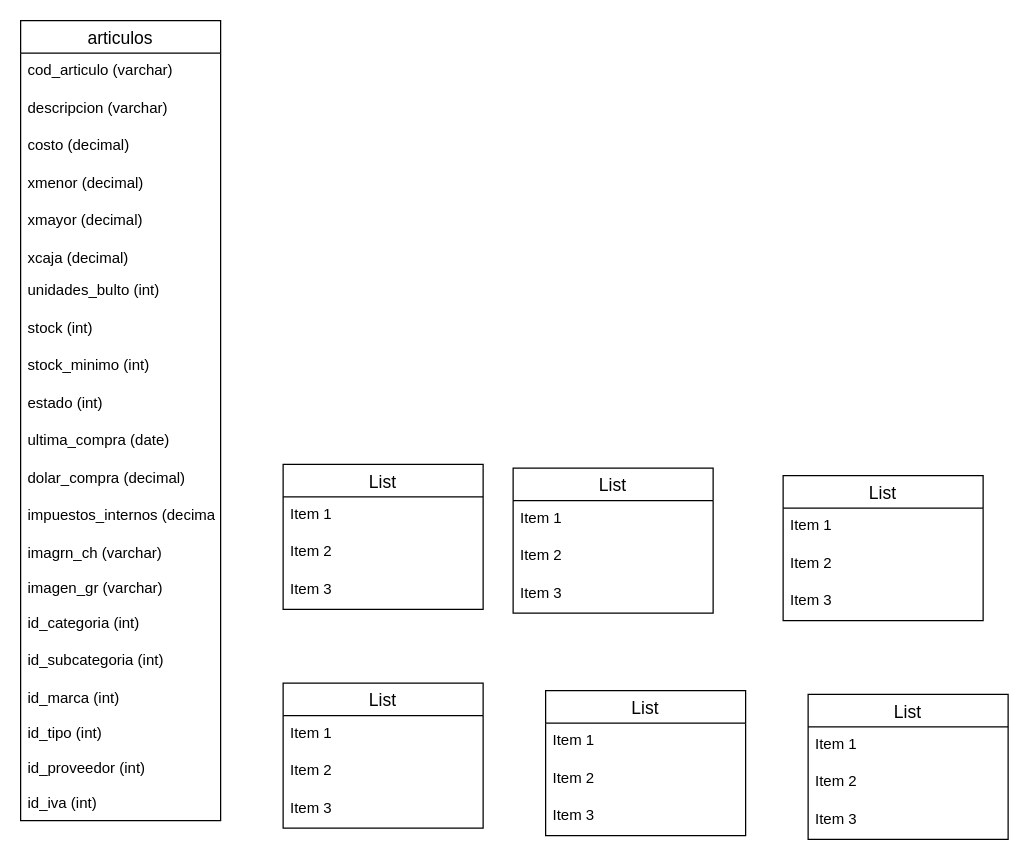
Before: BaseLocal.drawio in VeronicaMonzon/PHP, a draw.io diagram. Source tidied: cells renumbered, new cells numbered last; positions are measured from the earlier drawing's top-left corner, leaving out a move shared by most shapes. Both pictures are drawn from the tidied source at 125%, with x=0, y=0 at pixel (20, 20).
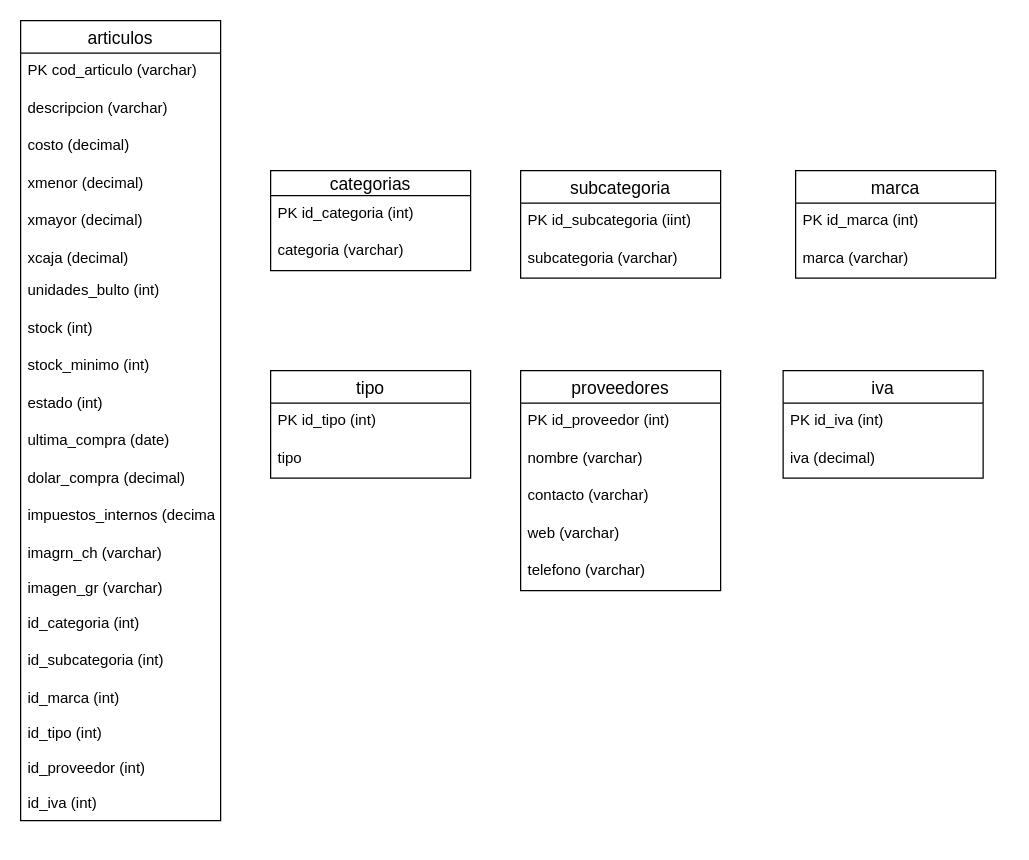
The same diagram, later.

Unchanged cells that the change refers to:
```xml
<mxCell id="2" value="articulos" style="swimlane;fontStyle=0;horizontal=1;startSize=26;align=center;fontSize=14;" parent="1" vertex="1">
  <mxGeometry width="160" height="640" as="geometry" />
</mxCell>
```

The edit, as a diff of the source:
```diff
@@
-    <mxCell id="3" value="cod_articulo (varchar)" style="text;strokeColor=none;fillColor=none;spacingLeft=4;spacingRight=4;overflow=hidden;fontSize=12;" parent="2" vertex="1">
+    <mxCell id="3" value="PK cod_articulo (varchar)" style="text;strokeColor=none;fillColor=none;spacingLeft=4;spacingRight=4;overflow=hidden;fontSize=12;" parent="2" vertex="1">
       <mxGeometry y="26" width="160" height="30" as="geometry" />
     </mxCell>
@@
-    <mxCell id="24" value="List" style="swimlane;fontStyle=0;horizontal=1;startSize=26;align=center;fontSize=14;" parent="1" vertex="1">
-      <mxGeometry x="210" y="355" width="160" height="116" as="geometry" />
+    <mxCell id="24" value="categorias" style="swimlane;fontStyle=0;horizontal=1;startSize=20;align=center;fontSize=14;" parent="1" vertex="1">
+      <mxGeometry x="200" y="120" width="160" height="80" as="geometry" />
     </mxCell>
-    <mxCell id="25" value="Item 1" style="text;strokeColor=none;fillColor=none;spacingLeft=4;spacingRight=4;overflow=hidden;fontSize=12;" parent="24" vertex="1">
-      <mxGeometry y="26" width="160" height="30" as="geometry" />
+    <mxCell id="25" value="PK id_categoria (int)" style="text;strokeColor=none;fillColor=none;spacingLeft=4;spacingRight=4;overflow=hidden;fontSize=12;" parent="24" vertex="1">
+      <mxGeometry y="20" width="160" height="30" as="geometry" />
     </mxCell>
-    <mxCell id="26" value="Item 2" style="text;strokeColor=none;fillColor=none;spacingLeft=4;spacingRight=4;overflow=hidden;fontSize=12;" parent="24" vertex="1">
-      <mxGeometry y="56" width="160" height="30" as="geometry" />
-    </mxCell>
-    <mxCell id="27" value="Item 3" style="text;strokeColor=none;fillColor=none;spacingLeft=4;spacingRight=4;overflow=hidden;fontSize=12;" parent="24" vertex="1">
-      <mxGeometry y="86" width="160" height="30" as="geometry" />
+    <mxCell id="27" value="categoria (varchar)" style="text;strokeColor=none;fillColor=none;spacingLeft=4;spacingRight=4;overflow=hidden;fontSize=12;" parent="24" vertex="1">
+      <mxGeometry y="50" width="160" height="30" as="geometry" />
     </mxCell>
-    <mxCell id="28" value="List" style="swimlane;fontStyle=0;horizontal=1;startSize=26;align=center;fontSize=14;" parent="1" vertex="1">
-      <mxGeometry x="394" y="358" width="160" height="116" as="geometry" />
+    <mxCell id="28" value="subcategoria" style="swimlane;fontStyle=0;horizontal=1;startSize=26;align=center;fontSize=14;" parent="1" vertex="1">
+      <mxGeometry x="400" y="120" width="160" height="86" as="geometry" />
     </mxCell>
-    <mxCell id="29" value="Item 1" style="text;strokeColor=none;fillColor=none;spacingLeft=4;spacingRight=4;overflow=hidden;fontSize=12;" parent="28" vertex="1">
-      <mxGeometry y="26" width="160" height="30" as="geometry" />
-    </mxCell>
-    <mxCell id="30" value="Item 2" style="text;strokeColor=none;fillColor=none;spacingLeft=4;spacingRight=4;overflow=hidden;fontSize=12;" parent="28" vertex="1">
-      <mxGeometry y="56" width="160" height="30" as="geometry" />
+    <mxCell id="30" value="PK id_subcategoria (iint)" style="text;strokeColor=none;fillColor=none;spacingLeft=4;spacingRight=4;overflow=hidden;fontSize=12;" parent="28" vertex="1">
+      <mxGeometry y="26" width="160" height="30" as="geometry" />
     </mxCell>
-    <mxCell id="31" value="Item 3" style="text;strokeColor=none;fillColor=none;spacingLeft=4;spacingRight=4;overflow=hidden;fontSize=12;" parent="28" vertex="1">
-      <mxGeometry y="86" width="160" height="30" as="geometry" />
+    <mxCell id="31" value="subcategoria (varchar)" style="text;strokeColor=none;fillColor=none;spacingLeft=4;spacingRight=4;overflow=hidden;fontSize=12;" parent="28" vertex="1">
+      <mxGeometry y="56" width="160" height="30" as="geometry" />
     </mxCell>
-    <mxCell id="32" value="List" style="swimlane;fontStyle=0;horizontal=1;startSize=26;align=center;fontSize=14;" parent="1" vertex="1">
-      <mxGeometry x="610" y="364" width="160" height="116" as="geometry" />
+    <mxCell id="32" value="marca" style="swimlane;fontStyle=0;horizontal=1;startSize=26;align=center;fontSize=14;" parent="1" vertex="1">
+      <mxGeometry x="620" y="120" width="160" height="86" as="geometry" />
     </mxCell>
-    <mxCell id="33" value="Item 1" style="text;strokeColor=none;fillColor=none;spacingLeft=4;spacingRight=4;overflow=hidden;fontSize=12;" parent="32" vertex="1">
+    <mxCell id="33" value="PK id_marca (int)" style="text;strokeColor=none;fillColor=none;spacingLeft=4;spacingRight=4;overflow=hidden;fontSize=12;" parent="32" vertex="1">
       <mxGeometry y="26" width="160" height="30" as="geometry" />
     </mxCell>
-    <mxCell id="34" value="Item 2" style="text;strokeColor=none;fillColor=none;spacingLeft=4;spacingRight=4;overflow=hidden;fontSize=12;" parent="32" vertex="1">
+    <mxCell id="34" value="marca (varchar)" style="text;strokeColor=none;fillColor=none;spacingLeft=4;spacingRight=4;overflow=hidden;fontSize=12;" parent="32" vertex="1">
       <mxGeometry y="56" width="160" height="30" as="geometry" />
     </mxCell>
-    <mxCell id="35" value="Item 3" style="text;strokeColor=none;fillColor=none;spacingLeft=4;spacingRight=4;overflow=hidden;fontSize=12;" parent="32" vertex="1">
-      <mxGeometry y="86" width="160" height="30" as="geometry" />
-    </mxCell>
-    <mxCell id="36" value="List" style="swimlane;fontStyle=0;horizontal=1;startSize=26;align=center;fontSize=14;" parent="1" vertex="1">
-      <mxGeometry x="210" y="530" width="160" height="116" as="geometry" />
+    <mxCell id="36" value="tipo" style="swimlane;fontStyle=0;horizontal=1;startSize=26;align=center;fontSize=14;" parent="1" vertex="1">
+      <mxGeometry x="200" y="280" width="160" height="86" as="geometry" />
     </mxCell>
-    <mxCell id="37" value="Item 1" style="text;strokeColor=none;fillColor=none;spacingLeft=4;spacingRight=4;overflow=hidden;fontSize=12;" parent="36" vertex="1">
-      <mxGeometry y="26" width="160" height="30" as="geometry" />
-    </mxCell>
-    <mxCell id="38" value="Item 2" style="text;strokeColor=none;fillColor=none;spacingLeft=4;spacingRight=4;overflow=hidden;fontSize=12;" parent="36" vertex="1">
-      <mxGeometry y="56" width="160" height="30" as="geometry" />
+    <mxCell id="38" value="PK id_tipo (int)" style="text;strokeColor=none;fillColor=none;spacingLeft=4;spacingRight=4;overflow=hidden;fontSize=12;" parent="36" vertex="1">
+      <mxGeometry y="26" width="160" height="30" as="geometry" />
     </mxCell>
-    <mxCell id="39" value="Item 3" style="text;strokeColor=none;fillColor=none;spacingLeft=4;spacingRight=4;overflow=hidden;fontSize=12;" parent="36" vertex="1">
-      <mxGeometry y="86" width="160" height="30" as="geometry" />
+    <mxCell id="39" value="tipo" style="text;strokeColor=none;fillColor=none;spacingLeft=4;spacingRight=4;overflow=hidden;fontSize=12;" parent="36" vertex="1">
+      <mxGeometry y="56" width="160" height="30" as="geometry" />
     </mxCell>
-    <mxCell id="40" value="List" style="swimlane;fontStyle=0;horizontal=1;startSize=26;align=center;fontSize=14;" parent="1" vertex="1">
-      <mxGeometry x="420" y="536" width="160" height="116" as="geometry" />
+    <mxCell id="40" value="proveedores" style="swimlane;fontStyle=0;horizontal=1;startSize=26;align=center;fontSize=14;" parent="1" vertex="1">
+      <mxGeometry x="400" y="280" width="160" height="176" as="geometry" />
     </mxCell>
-    <mxCell id="41" value="Item 1" style="text;strokeColor=none;fillColor=none;spacingLeft=4;spacingRight=4;overflow=hidden;fontSize=12;" parent="40" vertex="1">
+    <mxCell id="41" value="PK id_proveedor (int)" style="text;strokeColor=none;fillColor=none;spacingLeft=4;spacingRight=4;overflow=hidden;fontSize=12;" parent="40" vertex="1">
       <mxGeometry y="26" width="160" height="30" as="geometry" />
     </mxCell>
-    <mxCell id="42" value="Item 2" style="text;strokeColor=none;fillColor=none;spacingLeft=4;spacingRight=4;overflow=hidden;fontSize=12;" parent="40" vertex="1">
+    <mxCell id="42" value="nombre (varchar)" style="text;strokeColor=none;fillColor=none;spacingLeft=4;spacingRight=4;overflow=hidden;fontSize=12;" parent="40" vertex="1">
       <mxGeometry y="56" width="160" height="30" as="geometry" />
     </mxCell>
-    <mxCell id="43" value="Item 3" style="text;strokeColor=none;fillColor=none;spacingLeft=4;spacingRight=4;overflow=hidden;fontSize=12;" parent="40" vertex="1">
+    <mxCell id="43" value="contacto (varchar)" style="text;strokeColor=none;fillColor=none;spacingLeft=4;spacingRight=4;overflow=hidden;fontSize=12;" parent="40" vertex="1">
       <mxGeometry y="86" width="160" height="30" as="geometry" />
     </mxCell>
+    <mxCell id="48" value="web (varchar)" style="text;strokeColor=none;fillColor=none;spacingLeft=4;spacingRight=4;overflow=hidden;fontSize=12;" parent="40" vertex="1">
+      <mxGeometry y="116" width="160" height="30" as="geometry" />
+    </mxCell>
+    <mxCell id="49" value="telefono (varchar)" style="text;strokeColor=none;fillColor=none;spacingLeft=4;spacingRight=4;overflow=hidden;fontSize=12;" parent="40" vertex="1">
+      <mxGeometry y="146" width="160" height="30" as="geometry" />
+    </mxCell>
-    <mxCell id="44" value="List" style="swimlane;fontStyle=0;horizontal=1;startSize=26;align=center;fontSize=14;" parent="1" vertex="1">
-      <mxGeometry x="630" y="539" width="160" height="116" as="geometry" />
+    <mxCell id="44" value="iva" style="swimlane;fontStyle=0;horizontal=1;startSize=26;align=center;fontSize=14;" parent="1" vertex="1">
+      <mxGeometry x="610" y="280" width="160" height="86" as="geometry" />
     </mxCell>
-    <mxCell id="45" value="Item 1" style="text;strokeColor=none;fillColor=none;spacingLeft=4;spacingRight=4;overflow=hidden;fontSize=12;" parent="44" vertex="1">
+    <mxCell id="45" value="PK id_iva (int)" style="text;strokeColor=none;fillColor=none;spacingLeft=4;spacingRight=4;overflow=hidden;fontSize=12;" parent="44" vertex="1">
       <mxGeometry y="26" width="160" height="30" as="geometry" />
     </mxCell>
-    <mxCell id="46" value="Item 2" style="text;strokeColor=none;fillColor=none;spacingLeft=4;spacingRight=4;overflow=hidden;fontSize=12;" parent="44" vertex="1">
+    <mxCell id="46" value="iva (decimal)" style="text;strokeColor=none;fillColor=none;spacingLeft=4;spacingRight=4;overflow=hidden;fontSize=12;" parent="44" vertex="1">
       <mxGeometry y="56" width="160" height="30" as="geometry" />
     </mxCell>
-    <mxCell id="47" value="Item 3" style="text;strokeColor=none;fillColor=none;spacingLeft=4;spacingRight=4;overflow=hidden;fontSize=12;" parent="44" vertex="1">
-      <mxGeometry y="86" width="160" height="30" as="geometry" />
-    </mxCell>
```
